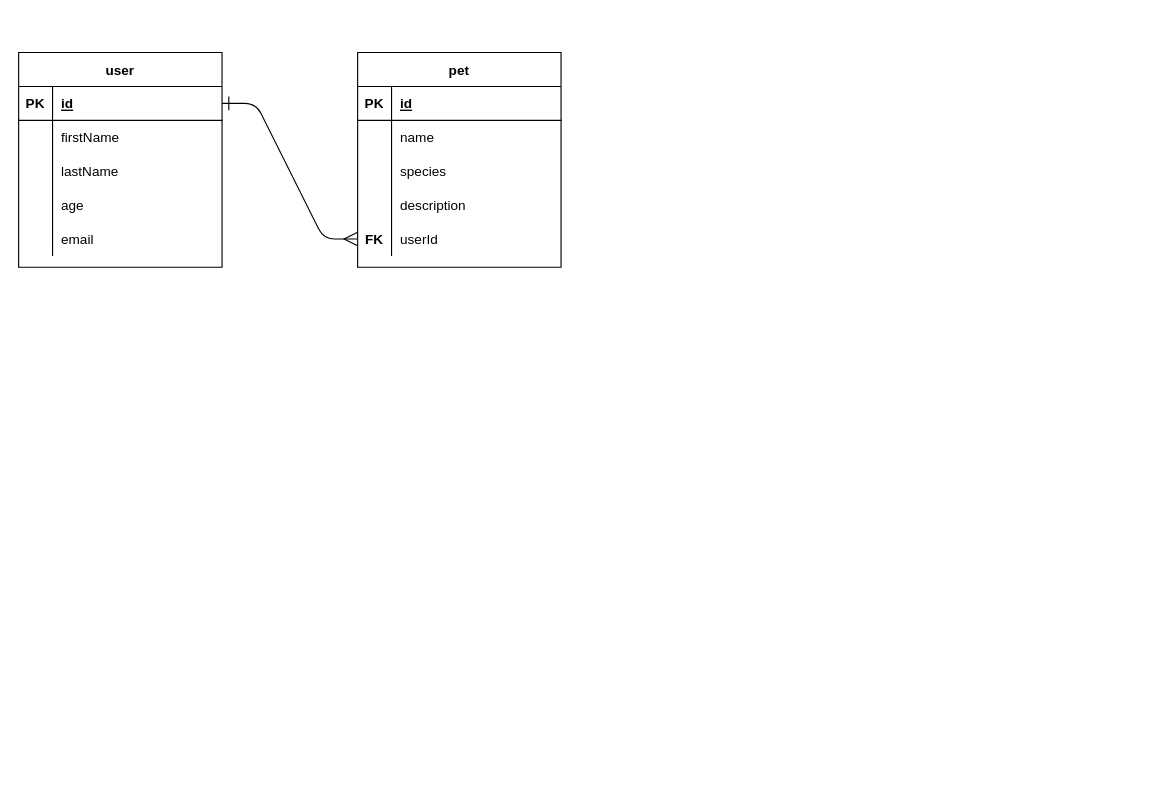
Before: ERD.drawio in ga-sei-lessons/808-sequelize-intro, a draw.io diagram. Source tidied: cells renumbered, new cells numbered last; positions are measured from the earlier drawing's top-left corner, leaving out a move shared by most shapes. Both pictures are drawn from the tidied source at 113%, with x=0, y=0 at pixel (18, 52).
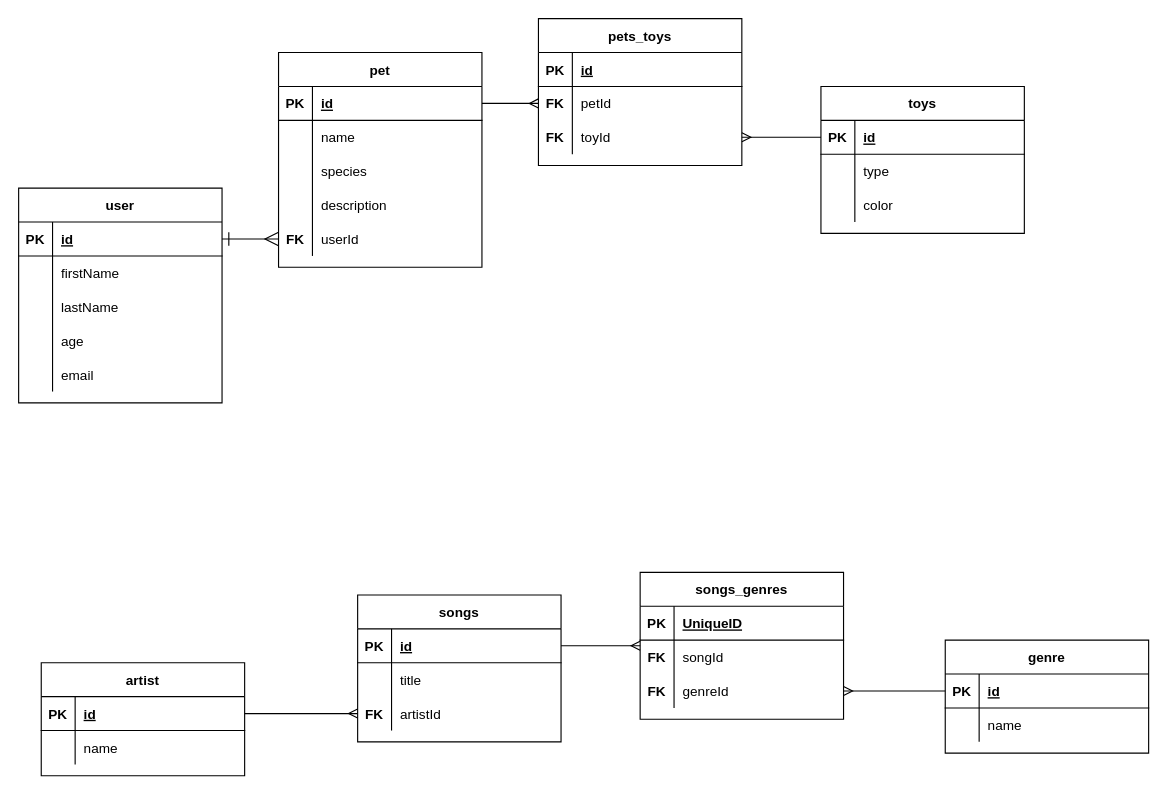
Above is the later version.

The change refers to these unchanged cells:
```xml
<mxCell id="19" style="shape=partialRectangle;fillColor=none;top=0;left=0;bottom=1;right=0;points=[[0,0.5],[1,0.5]];portConstraint=eastwest;" parent="18" vertex="1">
  <mxGeometry y="30" width="180" height="30" as="geometry" />
</mxCell>
```

Diff of the diagram source:
```diff
@@
     <mxCell id="2" value="user" style="shape=table;startSize=30;childLayout=tableLayout;rowLines=0;fontStyle=1;align=center;swimlaneFillColor=default;" parent="1" vertex="1">
-      <mxGeometry width="180" height="190" as="geometry" />
+      <mxGeometry y="120" width="180" height="190" as="geometry" />
     </mxCell>
@@
     <mxCell id="18" value="pet" style="shape=table;startSize=30;childLayout=tableLayout;rowLines=0;fontStyle=1;align=center;swimlaneFillColor=default;" parent="1" vertex="1">
-      <mxGeometry x="300" width="180" height="190" as="geometry" />
+      <mxGeometry x="230" width="180" height="190" as="geometry" />
     </mxCell>
@@
+    <mxCell id="35" value="toys" style="shape=table;startSize=30;childLayout=tableLayout;rowLines=0;fontStyle=1;align=center;" parent="1" vertex="1">
+      <mxGeometry x="710" y="30" width="180" height="130" as="geometry" />
+    </mxCell>
+    <mxCell id="36" style="shape=partialRectangle;fillColor=none;top=0;left=0;bottom=1;right=0;points=[[0,0.5],[1,0.5]];portConstraint=eastwest;" parent="35" vertex="1">
+      <mxGeometry y="30" width="180" height="30" as="geometry" />
+    </mxCell>
+    <mxCell id="37" value="PK" style="shape=partialRectangle;fillColor=none;top=0;left=0;bottom=0;right=0;fontStyle=1;overflow=hidden;" parent="36" vertex="1">
+      <mxGeometry width="30" height="30" as="geometry" />
+    </mxCell>
+    <mxCell id="38" value="id" style="shape=partialRectangle;fillColor=none;top=0;left=0;bottom=0;right=0;align=left;spacingLeft=6;fontStyle=5;overflow=hidden;" parent="36" vertex="1">
+      <mxGeometry x="30" width="150" height="30" as="geometry" />
+    </mxCell>
+    <mxCell id="39" style="shape=partialRectangle;fillColor=none;top=0;left=0;bottom=0;right=0;" parent="35" vertex="1">
+      <mxGeometry y="60" width="180" height="30" as="geometry" />
+    </mxCell>
+    <mxCell id="40" style="shape=partialRectangle;fillColor=none;top=0;left=0;bottom=0;right=0;overflow=hidden;" parent="39" vertex="1">
+      <mxGeometry width="30" height="30" as="geometry" />
+    </mxCell>
+    <mxCell id="41" value="type" style="shape=partialRectangle;fillColor=none;top=0;left=0;bottom=0;right=0;align=left;spacingLeft=6;overflow=hidden;" parent="39" vertex="1">
+      <mxGeometry x="30" width="150" height="30" as="geometry" />
+    </mxCell>
+    <mxCell id="42" style="shape=partialRectangle;fillColor=none;top=0;left=0;bottom=0;right=0;" parent="35" vertex="1">
+      <mxGeometry y="90" width="180" height="30" as="geometry" />
+    </mxCell>
+    <mxCell id="43" style="shape=partialRectangle;fillColor=none;top=0;left=0;bottom=0;right=0;overflow=hidden;" parent="42" vertex="1">
+      <mxGeometry width="30" height="30" as="geometry" />
+    </mxCell>
+    <mxCell id="44" value="color" style="shape=partialRectangle;fillColor=none;top=0;left=0;bottom=0;right=0;align=left;spacingLeft=6;overflow=hidden;" parent="42" vertex="1">
+      <mxGeometry x="30" width="150" height="30" as="geometry" />
+    </mxCell>
+    <mxCell id="45" value="pets_toys" style="shape=table;startSize=30;childLayout=tableLayout;rowLines=0;fontStyle=1;align=center;" parent="1" vertex="1">
+      <mxGeometry x="460" y="-30" width="180" height="130" as="geometry" />
+    </mxCell>
+    <mxCell id="46" style="shape=partialRectangle;fillColor=none;top=0;left=0;bottom=1;right=0;" parent="45" vertex="1">
+      <mxGeometry y="30" width="180" height="30" as="geometry" />
+    </mxCell>
+    <mxCell id="47" value="PK" style="shape=partialRectangle;fillColor=none;top=0;left=0;bottom=0;right=0;fontStyle=1;overflow=hidden;" parent="46" vertex="1">
+      <mxGeometry width="30" height="30" as="geometry" />
+    </mxCell>
+    <mxCell id="48" value="id" style="shape=partialRectangle;fillColor=none;top=0;left=0;bottom=0;right=0;align=left;spacingLeft=6;fontStyle=5;overflow=hidden;" parent="46" vertex="1">
+      <mxGeometry x="30" width="150" height="30" as="geometry" />
+    </mxCell>
+    <mxCell id="49" style="shape=partialRectangle;fillColor=none;top=0;left=0;bottom=0;right=0;points=[[0,0.5],[1,0.5]];portConstraint=eastwest;" parent="45" vertex="1">
+      <mxGeometry y="60" width="180" height="30" as="geometry" />
+    </mxCell>
+    <mxCell id="50" value="FK" style="shape=partialRectangle;fillColor=none;top=0;left=0;bottom=0;right=0;overflow=hidden;fontStyle=1;" parent="49" vertex="1">
+      <mxGeometry width="30" height="30" as="geometry" />
+    </mxCell>
+    <mxCell id="51" value="petId" style="shape=partialRectangle;fillColor=none;top=0;left=0;bottom=0;right=0;align=left;spacingLeft=6;overflow=hidden;" parent="49" vertex="1">
+      <mxGeometry x="30" width="150" height="30" as="geometry" />
+    </mxCell>
+    <mxCell id="52" style="shape=partialRectangle;fillColor=none;top=0;left=0;bottom=0;right=0;points=[[0,0.5],[1,0.5]];portConstraint=eastwest;" parent="45" vertex="1">
+      <mxGeometry y="90" width="180" height="30" as="geometry" />
+    </mxCell>
+    <mxCell id="53" value="FK" style="shape=partialRectangle;fillColor=none;top=0;left=0;bottom=0;right=0;overflow=hidden;fontStyle=1;" parent="52" vertex="1">
+      <mxGeometry width="30" height="30" as="geometry" />
+    </mxCell>
+    <mxCell id="54" value="toyId" style="shape=partialRectangle;fillColor=none;top=0;left=0;bottom=0;right=0;align=left;spacingLeft=6;overflow=hidden;" parent="52" vertex="1">
+      <mxGeometry x="30" width="150" height="30" as="geometry" />
+    </mxCell>
+    <mxCell id="55" style="edgeStyle=none;html=1;exitX=1;exitY=0.5;exitDx=0;exitDy=0;entryX=0;entryY=0.5;entryDx=0;entryDy=0;endArrow=ERmany;endFill=0;" parent="1" edge="1" source="19" target="49">
+      <mxGeometry relative="1" as="geometry" />
+    </mxCell>
+    <mxCell id="56" style="edgeStyle=none;html=1;exitX=0;exitY=0.5;exitDx=0;exitDy=0;entryX=1;entryY=0.5;entryDx=0;entryDy=0;endArrow=ERmany;endFill=0;" parent="1" edge="1" source="36" target="52">
+      <mxGeometry relative="1" as="geometry" />
+    </mxCell>
+    <mxCell id="57" value="artist" style="shape=table;startSize=30;childLayout=tableLayout;rowLines=0;fontStyle=1;align=center;" parent="1" vertex="1">
+      <mxGeometry x="20" y="540" width="180" height="100" as="geometry" />
+    </mxCell>
+    <mxCell id="58" style="shape=partialRectangle;fillColor=none;top=0;left=0;bottom=1;right=0;points=[[0,0.5],[1,0.5]];portConstraint=eastwest;" parent="57" vertex="1">
+      <mxGeometry y="30" width="180" height="30" as="geometry" />
+    </mxCell>
+    <mxCell id="59" value="PK" style="shape=partialRectangle;fillColor=none;top=0;left=0;bottom=0;right=0;fontStyle=1;overflow=hidden;" parent="58" vertex="1">
+      <mxGeometry width="30" height="30" as="geometry" />
+    </mxCell>
+    <mxCell id="60" value="id" style="shape=partialRectangle;fillColor=none;top=0;left=0;bottom=0;right=0;align=left;spacingLeft=6;fontStyle=5;overflow=hidden;" parent="58" vertex="1">
+      <mxGeometry x="30" width="150" height="30" as="geometry" />
+    </mxCell>
+    <mxCell id="61" style="shape=partialRectangle;fillColor=none;top=0;left=0;bottom=0;right=0;" parent="57" vertex="1">
+      <mxGeometry y="60" width="180" height="30" as="geometry" />
+    </mxCell>
+    <mxCell id="62" style="shape=partialRectangle;fillColor=none;top=0;left=0;bottom=0;right=0;overflow=hidden;" parent="61" vertex="1">
+      <mxGeometry width="30" height="30" as="geometry" />
+    </mxCell>
+    <mxCell id="63" value="name" style="shape=partialRectangle;fillColor=none;top=0;left=0;bottom=0;right=0;align=left;spacingLeft=6;overflow=hidden;" parent="61" vertex="1">
+      <mxGeometry x="30" width="150" height="30" as="geometry" />
+    </mxCell>
+    <mxCell id="64" value="songs" style="shape=table;startSize=30;childLayout=tableLayout;rowLines=0;fontStyle=1;align=center;" parent="1" vertex="1">
+      <mxGeometry x="300" y="480" width="180" height="130" as="geometry" />
+    </mxCell>
+    <mxCell id="65" style="shape=partialRectangle;fillColor=none;top=0;left=0;bottom=1;right=0;points=[[0,0.5],[1,0.5]];portConstraint=eastwest;" parent="64" vertex="1">
+      <mxGeometry y="30" width="180" height="30" as="geometry" />
+    </mxCell>
+    <mxCell id="66" value="PK" style="shape=partialRectangle;fillColor=none;top=0;left=0;bottom=0;right=0;fontStyle=1;overflow=hidden;" parent="65" vertex="1">
+      <mxGeometry width="30" height="30" as="geometry" />
+    </mxCell>
+    <mxCell id="67" value="id" style="shape=partialRectangle;fillColor=none;top=0;left=0;bottom=0;right=0;align=left;spacingLeft=6;fontStyle=5;overflow=hidden;" parent="65" vertex="1">
+      <mxGeometry x="30" width="150" height="30" as="geometry" />
+    </mxCell>
+    <mxCell id="68" style="shape=partialRectangle;fillColor=none;top=0;left=0;bottom=0;right=0;" parent="64" vertex="1">
+      <mxGeometry y="60" width="180" height="30" as="geometry" />
+    </mxCell>
+    <mxCell id="69" style="shape=partialRectangle;fillColor=none;top=0;left=0;bottom=0;right=0;overflow=hidden;" parent="68" vertex="1">
+      <mxGeometry width="30" height="30" as="geometry" />
+    </mxCell>
+    <mxCell id="70" value="title" style="shape=partialRectangle;fillColor=none;top=0;left=0;bottom=0;right=0;align=left;spacingLeft=6;overflow=hidden;" parent="68" vertex="1">
+      <mxGeometry x="30" width="150" height="30" as="geometry" />
+    </mxCell>
+    <mxCell id="71" style="shape=partialRectangle;fillColor=none;top=0;left=0;bottom=0;right=0;" parent="64" vertex="1">
+      <mxGeometry y="90" width="180" height="30" as="geometry" />
+    </mxCell>
+    <mxCell id="72" value="FK" style="shape=partialRectangle;fillColor=none;top=0;left=0;bottom=0;right=0;overflow=hidden;fontStyle=1;" parent="71" vertex="1">
+      <mxGeometry width="30" height="30" as="geometry" />
+    </mxCell>
+    <mxCell id="73" value="artistId" style="shape=partialRectangle;fillColor=none;top=0;left=0;bottom=0;right=0;align=left;spacingLeft=6;overflow=hidden;" parent="71" vertex="1">
+      <mxGeometry x="30" width="150" height="30" as="geometry" />
+    </mxCell>
+    <mxCell id="74" style="edgeStyle=none;html=1;exitX=1;exitY=0.5;exitDx=0;exitDy=0;endArrow=ERmany;endFill=0;" parent="1" edge="1" source="58">
+      <mxGeometry relative="1" as="geometry">
+        <mxPoint x="300" y="585" as="targetPoint" />
+      </mxGeometry>
+    </mxCell>
+    <mxCell id="75" value="genre" style="shape=table;startSize=30;childLayout=tableLayout;rowLines=0;fontStyle=1;align=center;" parent="1" vertex="1">
+      <mxGeometry x="820" y="520" width="180" height="100" as="geometry" />
+    </mxCell>
+    <mxCell id="76" style="shape=partialRectangle;fillColor=none;top=0;left=0;bottom=1;right=0;points=[[0,0.5],[1,0.5]];portConstraint=eastwest;" parent="75" vertex="1">
+      <mxGeometry y="30" width="180" height="30" as="geometry" />
+    </mxCell>
+    <mxCell id="77" value="PK" style="shape=partialRectangle;fillColor=none;top=0;left=0;bottom=0;right=0;fontStyle=1;overflow=hidden;" parent="76" vertex="1">
+      <mxGeometry width="30" height="30" as="geometry" />
+    </mxCell>
+    <mxCell id="78" value="id" style="shape=partialRectangle;fillColor=none;top=0;left=0;bottom=0;right=0;align=left;spacingLeft=6;fontStyle=5;overflow=hidden;" parent="76" vertex="1">
+      <mxGeometry x="30" width="150" height="30" as="geometry" />
+    </mxCell>
+    <mxCell id="79" style="shape=partialRectangle;fillColor=none;top=0;left=0;bottom=0;right=0;" parent="75" vertex="1">
+      <mxGeometry y="60" width="180" height="30" as="geometry" />
+    </mxCell>
+    <mxCell id="80" style="shape=partialRectangle;fillColor=none;top=0;left=0;bottom=0;right=0;overflow=hidden;" parent="79" vertex="1">
+      <mxGeometry width="30" height="30" as="geometry" />
+    </mxCell>
+    <mxCell id="81" value="name" style="shape=partialRectangle;fillColor=none;top=0;left=0;bottom=0;right=0;align=left;spacingLeft=6;overflow=hidden;" parent="79" vertex="1">
+      <mxGeometry x="30" width="150" height="30" as="geometry" />
+    </mxCell>
+    <mxCell id="82" value="songs_genres" style="shape=table;startSize=30;childLayout=tableLayout;rowLines=0;fontStyle=1;align=center;" parent="1" vertex="1">
+      <mxGeometry x="550" y="460" width="180" height="130" as="geometry" />
+    </mxCell>
+    <mxCell id="83" style="shape=partialRectangle;fillColor=none;top=0;left=0;bottom=1;right=0;" parent="82" vertex="1">
+      <mxGeometry y="30" width="180" height="30" as="geometry" />
+    </mxCell>
+    <mxCell id="84" value="PK" style="shape=partialRectangle;fillColor=none;top=0;left=0;bottom=0;right=0;fontStyle=1;overflow=hidden;" parent="83" vertex="1">
+      <mxGeometry width="30" height="30" as="geometry" />
+    </mxCell>
+    <mxCell id="85" value="UniqueID" style="shape=partialRectangle;fillColor=none;top=0;left=0;bottom=0;right=0;align=left;spacingLeft=6;fontStyle=5;overflow=hidden;" parent="83" vertex="1">
+      <mxGeometry x="30" width="150" height="30" as="geometry" />
+    </mxCell>
+    <mxCell id="86" style="shape=partialRectangle;fillColor=none;top=0;left=0;bottom=0;right=0;" parent="82" vertex="1">
+      <mxGeometry y="60" width="180" height="30" as="geometry" />
+    </mxCell>
+    <mxCell id="87" value="FK" style="shape=partialRectangle;fillColor=none;top=0;left=0;bottom=0;right=0;overflow=hidden;fontStyle=1;" parent="86" vertex="1">
+      <mxGeometry width="30" height="30" as="geometry" />
+    </mxCell>
+    <mxCell id="88" value="songId" style="shape=partialRectangle;fillColor=none;top=0;left=0;bottom=0;right=0;align=left;spacingLeft=6;overflow=hidden;" parent="86" vertex="1">
+      <mxGeometry x="30" width="150" height="30" as="geometry" />
+    </mxCell>
+    <mxCell id="89" style="shape=partialRectangle;fillColor=none;top=0;left=0;bottom=0;right=0;points=[[0,0.5],[1,0.5]];portConstraint=eastwest;" parent="82" vertex="1">
+      <mxGeometry y="90" width="180" height="30" as="geometry" />
+    </mxCell>
+    <mxCell id="90" value="FK" style="shape=partialRectangle;fillColor=none;top=0;left=0;bottom=0;right=0;overflow=hidden;fontStyle=1;" parent="89" vertex="1">
+      <mxGeometry width="30" height="30" as="geometry" />
+    </mxCell>
+    <mxCell id="91" value="genreId" style="shape=partialRectangle;fillColor=none;top=0;left=0;bottom=0;right=0;align=left;spacingLeft=6;overflow=hidden;" parent="89" vertex="1">
+      <mxGeometry x="30" width="150" height="30" as="geometry" />
+    </mxCell>
+    <mxCell id="92" style="edgeStyle=none;html=1;exitX=1;exitY=0.5;exitDx=0;exitDy=0;entryX=0;entryY=0.5;entryDx=0;entryDy=0;endArrow=ERmany;endFill=0;" parent="1" edge="1" source="65" target="82">
+      <mxGeometry relative="1" as="geometry" />
+    </mxCell>
+    <mxCell id="93" style="edgeStyle=none;html=1;exitX=0;exitY=0.5;exitDx=0;exitDy=0;entryX=1;entryY=0.5;entryDx=0;entryDy=0;endArrow=ERmany;endFill=0;" parent="1" edge="1" source="76" target="89">
+      <mxGeometry relative="1" as="geometry" />
+    </mxCell>
```
